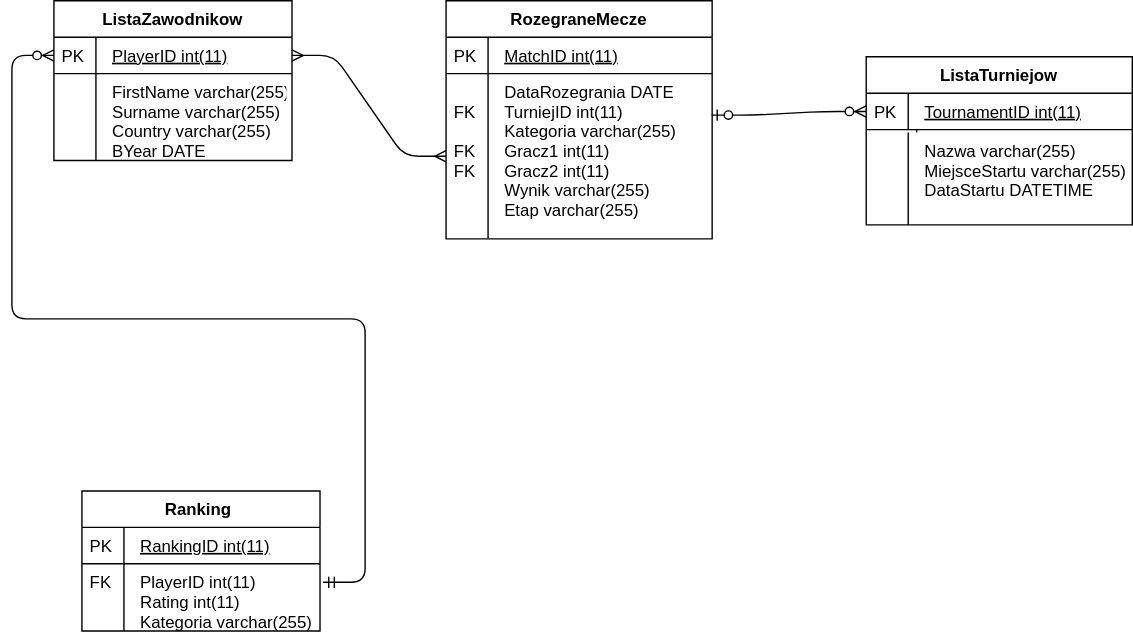
This is resources/LigaSzachowa.svg from PiotrIzw/liga-szachowa, a draw.io export, as it was before one commit. Source tidied: cells renumbered, new cells last; positions are measured from the earlier drawing's top-left corner, leaving out a move shared by most shapes.
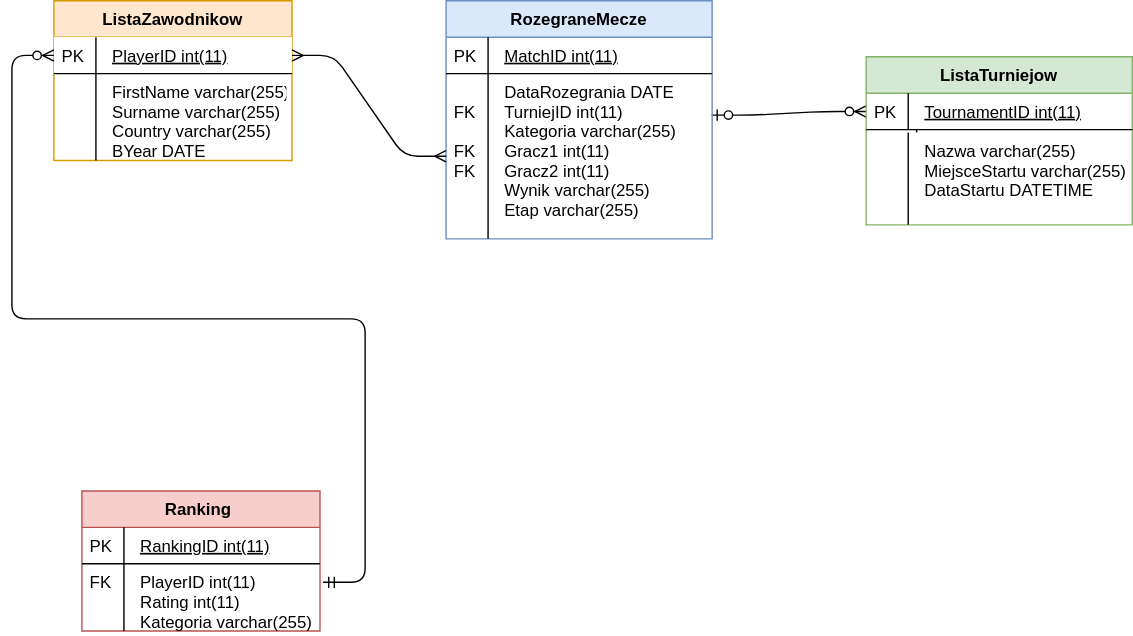
The same file after the commit.

The edit, as a diff of the source:
```diff
@@ -5,7 +5,7 @@
     <mxCell id="2" style="edgeStyle=entityRelationEdgeStyle;fontSize=12;html=1;endArrow=ERzeroToMany;startArrow=ERzeroToOne;entryX=0;entryY=0.5;entryDx=0;entryDy=0;exitX=0.998;exitY=0.251;exitDx=0;exitDy=0;exitPerimeter=0;" parent="1" edge="1" source="6" target="21">
       <mxGeometry relative="1" as="geometry" />
     </mxCell>
-    <mxCell id="3" value="RozegraneMecze" style="swimlane;fontStyle=1;horizontal=1;startSize=26;rounded=0;shadow=0;strokeWidth=1;" parent="1" vertex="1">
+    <mxCell id="3" value="RozegraneMecze" style="swimlane;fontStyle=1;horizontal=1;startSize=26;rounded=0;shadow=0;strokeWidth=1;fillColor=#dae8fc;strokeColor=#6c8ebf;" parent="1" vertex="1">
       <mxGeometry x="280" width="190" height="170" as="geometry" />
     </mxCell>
     <mxCell id="4" value="MatchID int(11)" style="shape=partialRectangle;top=0;left=0;right=0;bottom=1;align=left;verticalAlign=top;fillColor=none;spacingLeft=40;spacingRight=4;overflow=hidden;rounded=0;shadow=0;strokeWidth=1;fontStyle=4;" parent="3" vertex="1">
@@ -20,10 +20,10 @@
     <mxCell id="7" value="&#10;FK&#10;&#10;FK&#10;FK" style="shape=partialRectangle;top=0;left=0;bottom=0;fillColor=none;align=left;verticalAlign=top;spacingLeft=4;spacingRight=4;overflow=hidden;" parent="6" vertex="1">
       <mxGeometry width="30" height="118" as="geometry" />
     </mxCell>
-    <mxCell id="8" value="ListaZawodnikow" style="swimlane;fontStyle=1;horizontal=1;startSize=26;rounded=0;shadow=0;strokeWidth=1;" parent="1" vertex="1">
+    <mxCell id="8" value="ListaZawodnikow" style="swimlane;fontStyle=1;horizontal=1;startSize=26;rounded=0;shadow=0;strokeWidth=1;fillColor=#ffe6cc;strokeColor=#d79b00;" parent="1" vertex="1">
       <mxGeometry width="170" height="114" as="geometry" />
     </mxCell>
-    <mxCell id="9" value="PlayerID int(11)" style="shape=partialRectangle;top=0;left=0;right=0;bottom=1;align=left;verticalAlign=top;fillColor=none;spacingLeft=40;spacingRight=4;overflow=hidden;points=[[0,0.5],[1,0.5]];portConstraint=eastwest;rounded=0;shadow=0;strokeWidth=1;fontStyle=4;" parent="8" vertex="1">
+    <mxCell id="9" value="PlayerID int(11)" style="shape=partialRectangle;top=0;left=0;right=0;bottom=1;align=left;verticalAlign=top;spacingLeft=40;spacingRight=4;overflow=hidden;points=[[0,0.5],[1,0.5]];portConstraint=eastwest;rounded=0;shadow=0;strokeWidth=1;fontStyle=4;" parent="8" vertex="1">
       <mxGeometry y="26" width="170" height="26" as="geometry" />
     </mxCell>
     <mxCell id="10" value="PK" style="shape=partialRectangle;top=0;left=0;bottom=0;fillColor=none;align=left;verticalAlign=top;spacingLeft=4;spacingRight=4;overflow=hidden;" parent="9" vertex="1">
@@ -38,7 +38,7 @@
     <mxCell id="13" style="edgeStyle=entityRelationEdgeStyle;fontSize=12;html=1;endArrow=ERmany;startArrow=ERmany;" parent="1" edge="1" source="9" target="6">
       <mxGeometry relative="1" as="geometry" />
     </mxCell>
-    <mxCell id="14" value="Ranking " style="swimlane;fontStyle=1;horizontal=1;startSize=26;rounded=0;shadow=0;strokeWidth=1;" parent="1" vertex="1">
+    <mxCell id="14" value="Ranking " style="swimlane;fontStyle=1;horizontal=1;startSize=26;rounded=0;shadow=0;strokeWidth=1;fillColor=#f8cecc;strokeColor=#b85450;" parent="1" vertex="1">
       <mxGeometry x="20" y="350" width="170" height="100" as="geometry" />
     </mxCell>
     <mxCell id="15" value="RankingID int(11)" style="shape=partialRectangle;top=0;left=0;right=0;bottom=1;align=left;verticalAlign=top;fillColor=none;spacingLeft=40;spacingRight=4;overflow=hidden;rounded=0;shadow=0;strokeWidth=1;fontStyle=4;" parent="14" vertex="1">
@@ -56,7 +56,7 @@
     <mxCell id="19" style="edgeStyle=entityRelationEdgeStyle;fontSize=12;html=1;endArrow=ERzeroToMany;startArrow=ERmandOne;entryX=0;entryY=0.5;entryDx=0;entryDy=0;exitX=1.013;exitY=0.275;exitDx=0;exitDy=0;exitPerimeter=0;" parent="1" edge="1" source="17" target="9">
       <mxGeometry relative="1" as="geometry" />
     </mxCell>
-    <mxCell id="20" value="ListaTurniejow" style="swimlane;fontStyle=1;horizontal=1;startSize=26;rounded=0;shadow=0;strokeWidth=1;" parent="1" vertex="1">
+    <mxCell id="20" value="ListaTurniejow" style="swimlane;fontStyle=1;horizontal=1;startSize=26;rounded=0;shadow=0;strokeWidth=1;fillColor=#d5e8d4;strokeColor=#82b366;" parent="1" vertex="1">
       <mxGeometry x="580" y="40" width="190" height="120" as="geometry" />
     </mxCell>
     <mxCell id="21" value="TournamentID int(11)" style="shape=partialRectangle;top=0;left=0;right=0;bottom=1;align=left;verticalAlign=top;fillColor=none;spacingLeft=40;spacingRight=4;overflow=hidden;points=[[0,0.5],[1,0.5]];portConstraint=eastwest;rounded=0;shadow=0;strokeWidth=1;fontStyle=4;" parent="20" vertex="1">
```
